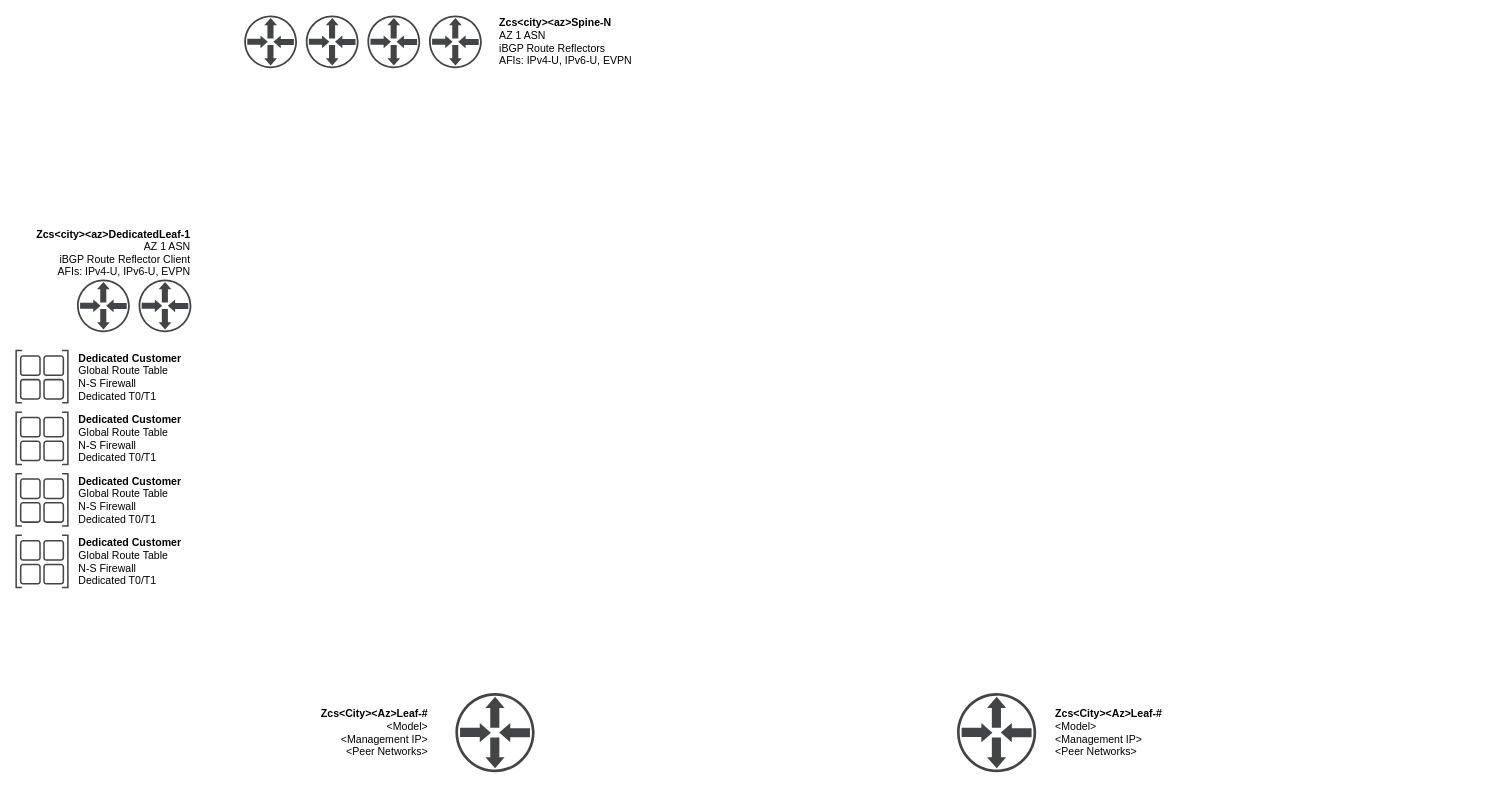
Earlier version of the draw.io diagram dwg/Site Routing.drawio (ngschmidt/nsx-ninja-design-v3). Source tidied: cells renumbered, new cells numbered last; positions are measured from the earlier drawing's top-left corner, leaving out a move shared by most shapes. Both pictures are drawn from the tidied source at 88%, with x=0, y=0 at pixel (15, 15).
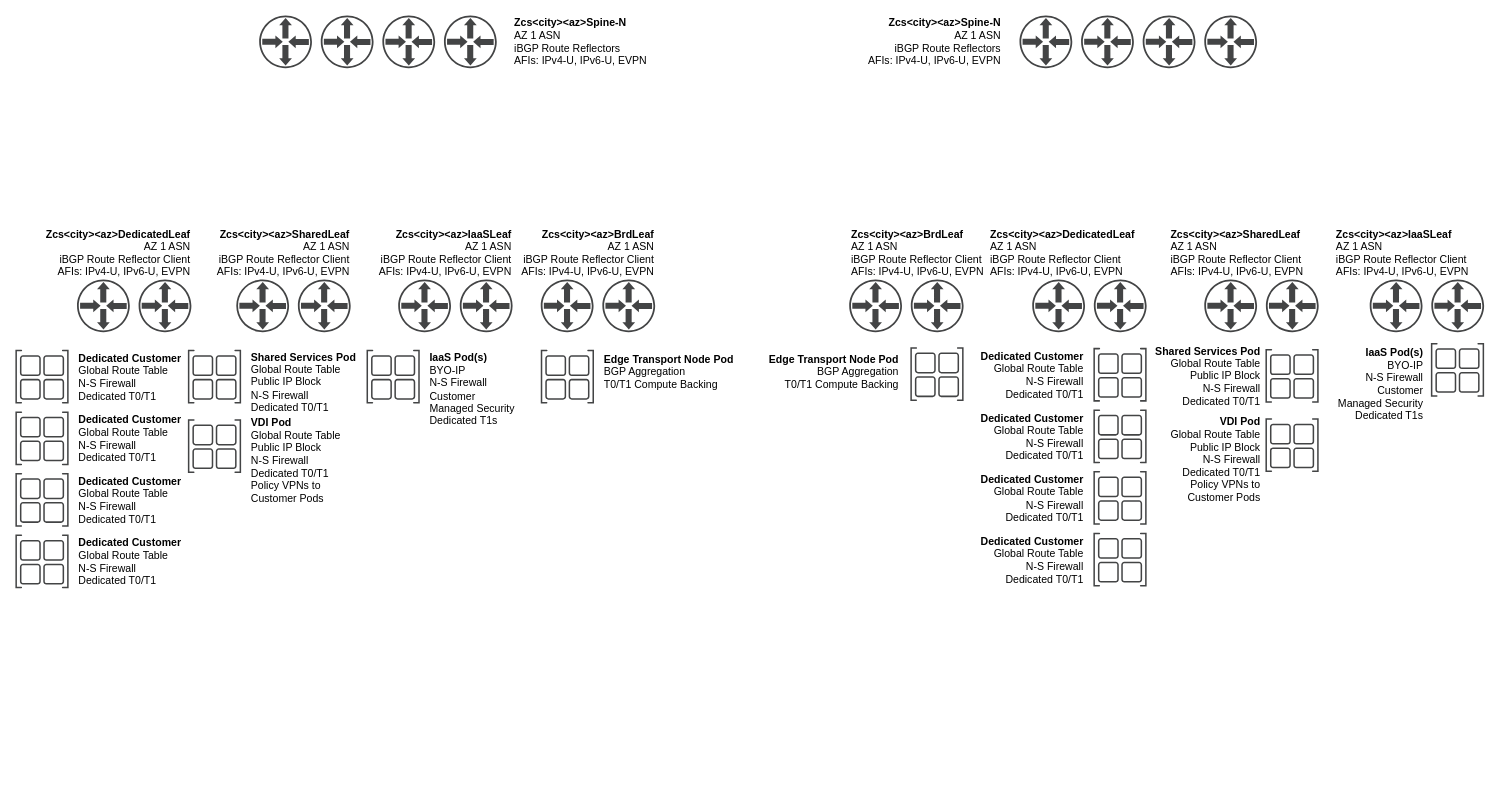
The same page after the edit.

Diff of the diagram source:
```diff
@@
-    <mxCell id="2" style="shadow=0;dashed=0;html=1;strokeColor=none;fillColor=#434445;labelPosition=center;verticalLabelPosition=bottom;verticalAlign=top;align=center;shape=mxgraph.vvd.physical_upstream_router;fontColor=#FFFFFF;" parent="1" vertex="1">
-      <mxGeometry x="500" y="770" width="90" height="90" as="geometry" />
-    </mxCell>
-    <mxCell id="3" style="shadow=0;dashed=0;html=1;strokeColor=none;fillColor=#434445;labelPosition=center;verticalLabelPosition=bottom;verticalAlign=top;align=center;shape=mxgraph.vvd.physical_upstream_router;fontColor=#FFFFFF;" parent="1" vertex="1">
-      <mxGeometry x="1070" y="770" width="90" height="90" as="geometry" />
-    </mxCell>
-    <mxCell id="4" value="&lt;font color=&quot;#000000&quot;&gt;&lt;b&gt;Zcs&amp;lt;City&amp;gt;&amp;lt;Az&amp;gt;Leaf-#&lt;/b&gt;&lt;br&gt;&amp;lt;Model&amp;gt;&lt;br&gt;&amp;lt;Management IP&amp;gt;&lt;br&gt;&amp;lt;Peer Networks&amp;gt;&lt;br&gt;&lt;/font&gt;" style="text;html=1;align=right;verticalAlign=middle;fontColor=#FFFFFF;" parent="1" vertex="1">
-      <mxGeometry x="330" y="785" width="140" height="60" as="geometry" />
-    </mxCell>
-    <mxCell id="5" value="&lt;font color=&quot;#000000&quot;&gt;&lt;b&gt;Zcs&amp;lt;City&amp;gt;&amp;lt;Az&amp;gt;Leaf-#&lt;/b&gt;&lt;br&gt;&amp;lt;Model&amp;gt;&lt;br&gt;&amp;lt;Management IP&amp;gt;&lt;br&gt;&amp;lt;Peer Networks&amp;gt;&lt;br&gt;&lt;/font&gt;" style="text;html=1;align=left;verticalAlign=middle;fontColor=#FFFFFF;" parent="1" vertex="1">
-      <mxGeometry x="1180" y="785" width="140" height="60" as="geometry" />
-    </mxCell>
     <mxCell id="6" style="shadow=0;dashed=0;html=1;strokeColor=none;fillColor=#434445;labelPosition=center;verticalLabelPosition=bottom;verticalAlign=top;align=center;shape=mxgraph.vvd.physical_upstream_router;" parent="1" vertex="1">
-      <mxGeometry x="260" width="60" height="60" as="geometry" />
+      <mxGeometry x="277" width="60" height="60" as="geometry" />
     </mxCell>
     <mxCell id="7" style="shadow=0;dashed=0;html=1;strokeColor=none;fillColor=#434445;labelPosition=center;verticalLabelPosition=bottom;verticalAlign=top;align=center;shape=mxgraph.vvd.physical_upstream_router;" parent="1" vertex="1">
-      <mxGeometry x="400" width="60" height="60" as="geometry" />
+      <mxGeometry x="417" width="60" height="60" as="geometry" />
     </mxCell>
     <mxCell id="8" style="shadow=0;dashed=0;html=1;strokeColor=none;fillColor=#434445;labelPosition=center;verticalLabelPosition=bottom;verticalAlign=top;align=center;shape=mxgraph.vvd.physical_upstream_router;" parent="1" vertex="1">
-      <mxGeometry x="330" width="60" height="60" as="geometry" />
+      <mxGeometry x="347" width="60" height="60" as="geometry" />
     </mxCell>
     <mxCell id="9" style="shadow=0;dashed=0;html=1;strokeColor=none;fillColor=#434445;labelPosition=center;verticalLabelPosition=bottom;verticalAlign=top;align=center;shape=mxgraph.vvd.physical_upstream_router;" parent="1" vertex="1">
-      <mxGeometry x="470" width="60" height="60" as="geometry" />
+      <mxGeometry x="487" width="60" height="60" as="geometry" />
     </mxCell>
     <mxCell id="10" value="&lt;div style=&quot;text-align: left&quot;&gt;&lt;b&gt;Zcs&amp;lt;city&amp;gt;&amp;lt;az&amp;gt;Spine-N&lt;/b&gt;&lt;/div&gt;&lt;div style=&quot;text-align: left&quot;&gt;&lt;span&gt;AZ 1 ASN&lt;/span&gt;&lt;/div&gt;&lt;div style=&quot;text-align: left&quot;&gt;&lt;span&gt;iBGP Route Reflectors&lt;/span&gt;&lt;/div&gt;&lt;div style=&quot;text-align: left&quot;&gt;&lt;span&gt;AFIs: IPv4-U, IPv6-U, EVPN&lt;/span&gt;&lt;/div&gt;" style="text;html=1;align=center;verticalAlign=middle;" parent="1" vertex="1">
-      <mxGeometry x="540" width="170" height="60" as="geometry" />
+      <mxGeometry x="557" width="170" height="60" as="geometry" />
     </mxCell>
@@
-    <mxCell id="13" value="&lt;b&gt;Zcs&amp;lt;city&amp;gt;&amp;lt;az&amp;gt;DedicatedLeaf-1&lt;/b&gt;&lt;br&gt;AZ 1 ASN&lt;br&gt;iBGP Route Reflector Client&lt;br&gt;AFIs: IPv4-U, IPv6-U, EVPN" style="text;html=1;align=right;verticalAlign=middle;" parent="1" vertex="1">
-      <mxGeometry x="10" y="240" width="190" height="60" as="geometry" />
+    <mxCell id="13" value="&lt;b&gt;Zcs&amp;lt;city&amp;gt;&amp;lt;az&amp;gt;DedicatedLeaf&lt;/b&gt;&lt;br&gt;AZ 1 ASN&lt;br&gt;iBGP Route Reflector Client&lt;br&gt;AFIs: IPv4-U, IPv6-U, EVPN" style="text;html=1;align=right;verticalAlign=middle;" parent="1" vertex="1">
+      <mxGeometry x="20" y="240" width="180" height="60" as="geometry" />
     </mxCell>
@@
+    <mxCell id="22" style="shadow=0;dashed=0;html=1;strokeColor=none;fillColor=#434445;labelPosition=center;verticalLabelPosition=bottom;verticalAlign=top;align=center;shape=mxgraph.vvd.physical_upstream_router;" parent="1" vertex="1">
+      <mxGeometry x="251" y="300" width="60" height="60" as="geometry" />
+    </mxCell>
+    <mxCell id="23" style="shadow=0;dashed=0;html=1;strokeColor=none;fillColor=#434445;labelPosition=center;verticalLabelPosition=bottom;verticalAlign=top;align=center;shape=mxgraph.vvd.physical_upstream_router;" parent="1" vertex="1">
+      <mxGeometry x="321" y="300" width="60" height="60" as="geometry" />
+    </mxCell>
+    <mxCell id="24" value="&lt;b&gt;Zcs&amp;lt;city&amp;gt;&amp;lt;az&amp;gt;SharedLeaf&lt;/b&gt;&lt;br&gt;AZ 1 ASN&lt;br&gt;iBGP Route Reflector Client&lt;br&gt;AFIs: IPv4-U, IPv6-U, EVPN" style="text;html=1;align=right;verticalAlign=middle;" parent="1" vertex="1">
+      <mxGeometry x="211" y="240" width="170" height="60" as="geometry" />
+    </mxCell>
+    <mxCell id="25" style="shadow=0;dashed=0;html=1;strokeColor=none;fillColor=#434445;labelPosition=center;verticalLabelPosition=bottom;verticalAlign=top;align=center;shape=mxgraph.vvd.site_container;" parent="1" vertex="1">
+      <mxGeometry x="196" y="380" width="60.5" height="61.1" as="geometry" />
+    </mxCell>
+    <mxCell id="26" value="Shared Services Pod&lt;br&gt;&lt;span style=&quot;font-weight: normal&quot;&gt;Global Route Table&lt;br&gt;Public IP Block&lt;br&gt;N-S Firewall&lt;br&gt;Dedicated T0/T1&lt;/span&gt;" style="text;html=1;align=left;verticalAlign=middle;fontStyle=1;" parent="1" vertex="1">
+      <mxGeometry x="266" y="377.1" width="130" height="80" as="geometry" />
+    </mxCell>
+    <mxCell id="27" style="shadow=0;dashed=0;html=1;strokeColor=none;fillColor=#434445;labelPosition=center;verticalLabelPosition=bottom;verticalAlign=top;align=center;shape=mxgraph.vvd.site_container;" parent="1" vertex="1">
+      <mxGeometry x="196" y="458.9" width="60.5" height="61.1" as="geometry" />
+    </mxCell>
+    <mxCell id="28" value="VDI Pod&lt;br&gt;&lt;span style=&quot;font-weight: normal&quot;&gt;Global Route Table&lt;br&gt;Public IP Block&lt;br&gt;N-S Firewall&lt;br&gt;Dedicated T0/T1&lt;br&gt;Policy VPNs to&lt;br&gt;Customer Pods&lt;br&gt;&lt;/span&gt;" style="text;html=1;align=left;verticalAlign=middle;fontStyle=1;" parent="1" vertex="1">
+      <mxGeometry x="266" y="456" width="120" height="100" as="geometry" />
+    </mxCell>
+    <mxCell id="29" style="shadow=0;dashed=0;html=1;strokeColor=none;fillColor=#434445;labelPosition=center;verticalLabelPosition=bottom;verticalAlign=top;align=center;shape=mxgraph.vvd.physical_upstream_router;" parent="1" vertex="1">
+      <mxGeometry x="435" y="300" width="60" height="60" as="geometry" />
+    </mxCell>
+    <mxCell id="30" style="shadow=0;dashed=0;html=1;strokeColor=none;fillColor=#434445;labelPosition=center;verticalLabelPosition=bottom;verticalAlign=top;align=center;shape=mxgraph.vvd.physical_upstream_router;" parent="1" vertex="1">
+      <mxGeometry x="505" y="300" width="60" height="60" as="geometry" />
+    </mxCell>
+    <mxCell id="31" value="&lt;b&gt;Zcs&amp;lt;city&amp;gt;&amp;lt;az&amp;gt;IaaSLeaf&lt;/b&gt;&lt;br&gt;AZ 1 ASN&lt;br&gt;iBGP Route Reflector Client&lt;br&gt;AFIs: IPv4-U, IPv6-U, EVPN" style="text;html=1;align=right;verticalAlign=middle;" parent="1" vertex="1">
+      <mxGeometry x="395" y="240" width="170" height="60" as="geometry" />
+    </mxCell>
+    <mxCell id="32" style="shadow=0;dashed=0;html=1;strokeColor=none;fillColor=#434445;labelPosition=center;verticalLabelPosition=bottom;verticalAlign=top;align=center;shape=mxgraph.vvd.site_container;" parent="1" vertex="1">
+      <mxGeometry x="399" y="380" width="60.5" height="61.1" as="geometry" />
+    </mxCell>
+    <mxCell id="33" value="IaaS Pod(s)&lt;br&gt;&lt;span style=&quot;font-weight: normal&quot;&gt;BYO-IP&lt;br&gt;N-S Firewall&lt;br&gt;Customer &lt;br&gt;Managed Security&lt;br&gt;Dedicated T1s&lt;/span&gt;" style="text;html=1;align=left;verticalAlign=middle;fontStyle=1;" parent="1" vertex="1">
+      <mxGeometry x="469" y="380.1" width="110" height="90" as="geometry" />
+    </mxCell>
+    <mxCell id="34" style="shadow=0;dashed=0;html=1;strokeColor=none;fillColor=#434445;labelPosition=center;verticalLabelPosition=bottom;verticalAlign=top;align=center;shape=mxgraph.vvd.physical_upstream_router;" parent="1" vertex="1">
+      <mxGeometry x="597" y="300" width="60" height="60" as="geometry" />
+    </mxCell>
+    <mxCell id="35" style="shadow=0;dashed=0;html=1;strokeColor=none;fillColor=#434445;labelPosition=center;verticalLabelPosition=bottom;verticalAlign=top;align=center;shape=mxgraph.vvd.physical_upstream_router;" parent="1" vertex="1">
+      <mxGeometry x="667" y="300" width="60" height="60" as="geometry" />
+    </mxCell>
+    <mxCell id="36" value="&lt;b&gt;Zcs&amp;lt;city&amp;gt;&amp;lt;az&amp;gt;BrdLeaf&lt;/b&gt;&lt;br&gt;AZ 1 ASN&lt;br&gt;iBGP Route Reflector Client&lt;br&gt;AFIs: IPv4-U, IPv6-U, EVPN" style="text;html=1;align=right;verticalAlign=middle;" parent="1" vertex="1">
+      <mxGeometry x="557" y="240" width="170" height="60" as="geometry" />
+    </mxCell>
+    <mxCell id="37" style="shadow=0;dashed=0;html=1;strokeColor=none;fillColor=#434445;labelPosition=center;verticalLabelPosition=bottom;verticalAlign=top;align=center;shape=mxgraph.vvd.site_container;" parent="1" vertex="1">
+      <mxGeometry x="597" y="380" width="60.5" height="61.1" as="geometry" />
+    </mxCell>
+    <mxCell id="38" value="Edge Transport Node Pod&lt;br&gt;&lt;span style=&quot;font-weight: normal&quot;&gt;BGP Aggregation&lt;/span&gt;&lt;br&gt;&lt;span style=&quot;font-weight: normal&quot;&gt;T0/T1 Compute Backing&lt;br&gt;&lt;/span&gt;" style="text;html=1;align=left;verticalAlign=middle;fontStyle=1;" parent="1" vertex="1">
+      <mxGeometry x="667" y="380" width="160" height="50" as="geometry" />
+    </mxCell>
+    <mxCell id="39" style="shadow=0;dashed=0;html=1;strokeColor=none;fillColor=#434445;labelPosition=center;verticalLabelPosition=bottom;verticalAlign=top;align=center;shape=mxgraph.vvd.physical_upstream_router;" parent="1" vertex="1">
+      <mxGeometry x="1141" width="60" height="60" as="geometry" />
+    </mxCell>
+    <mxCell id="40" style="shadow=0;dashed=0;html=1;strokeColor=none;fillColor=#434445;labelPosition=center;verticalLabelPosition=bottom;verticalAlign=top;align=center;shape=mxgraph.vvd.physical_upstream_router;" parent="1" vertex="1">
+      <mxGeometry x="1281" width="60" height="60" as="geometry" />
+    </mxCell>
+    <mxCell id="41" style="shadow=0;dashed=0;html=1;strokeColor=none;fillColor=#434445;labelPosition=center;verticalLabelPosition=bottom;verticalAlign=top;align=center;shape=mxgraph.vvd.physical_upstream_router;" parent="1" vertex="1">
+      <mxGeometry x="1211" width="60" height="60" as="geometry" />
+    </mxCell>
+    <mxCell id="42" style="shadow=0;dashed=0;html=1;strokeColor=none;fillColor=#434445;labelPosition=center;verticalLabelPosition=bottom;verticalAlign=top;align=center;shape=mxgraph.vvd.physical_upstream_router;" parent="1" vertex="1">
+      <mxGeometry x="1351" width="60" height="60" as="geometry" />
+    </mxCell>
+    <mxCell id="43" value="&lt;div style=&quot;&quot;&gt;&lt;b&gt;Zcs&amp;lt;city&amp;gt;&amp;lt;az&amp;gt;Spine-N&lt;/b&gt;&lt;/div&gt;&lt;div style=&quot;&quot;&gt;&lt;span&gt;AZ 1 ASN&lt;/span&gt;&lt;/div&gt;&lt;div style=&quot;&quot;&gt;&lt;span&gt;iBGP Route Reflectors&lt;/span&gt;&lt;/div&gt;&lt;div style=&quot;&quot;&gt;&lt;span&gt;AFIs: IPv4-U, IPv6-U, EVPN&lt;/span&gt;&lt;/div&gt;" style="text;html=1;align=right;verticalAlign=middle;" parent="1" vertex="1">
+      <mxGeometry x="951" width="170" height="60" as="geometry" />
+    </mxCell>
+    <mxCell id="44" style="shadow=0;dashed=0;html=1;strokeColor=none;fillColor=#434445;labelPosition=center;verticalLabelPosition=bottom;verticalAlign=top;align=left;shape=mxgraph.vvd.physical_upstream_router;" parent="1" vertex="1">
+      <mxGeometry x="1155.5" y="300" width="60" height="60" as="geometry" />
+    </mxCell>
+    <mxCell id="45" style="shadow=0;dashed=0;html=1;strokeColor=none;fillColor=#434445;labelPosition=center;verticalLabelPosition=bottom;verticalAlign=top;align=left;shape=mxgraph.vvd.physical_upstream_router;" parent="1" vertex="1">
+      <mxGeometry x="1225.5" y="300" width="60" height="60" as="geometry" />
+    </mxCell>
+    <mxCell id="46" value="&lt;b&gt;Zcs&amp;lt;city&amp;gt;&amp;lt;az&amp;gt;DedicatedLeaf&lt;/b&gt;&lt;br&gt;AZ 1 ASN&lt;br&gt;iBGP Route Reflector Client&lt;br&gt;AFIs: IPv4-U, IPv6-U, EVPN" style="text;html=1;align=left;verticalAlign=middle;" parent="1" vertex="1">
+      <mxGeometry x="1105.5" y="240" width="180" height="60" as="geometry" />
+    </mxCell>
+    <mxCell id="47" style="shadow=0;dashed=0;html=1;strokeColor=none;fillColor=#434445;labelPosition=center;verticalLabelPosition=bottom;verticalAlign=top;align=left;shape=mxgraph.vvd.site_container;" parent="1" vertex="1">
+      <mxGeometry x="1225" y="377.8" width="60.5" height="61.1" as="geometry" />
+    </mxCell>
+    <mxCell id="48" value="Dedicated Customer&lt;br&gt;&lt;span style=&quot;font-weight: normal&quot;&gt;Global Route Table&lt;br&gt;N-S Firewall&lt;br&gt;Dedicated T0/T1&lt;/span&gt;" style="text;html=1;align=right;verticalAlign=middle;fontStyle=1;" parent="1" vertex="1">
+      <mxGeometry x="1085" y="378.8" width="130" height="60" as="geometry" />
+    </mxCell>
+    <mxCell id="49" style="shadow=0;dashed=0;html=1;strokeColor=none;fillColor=#434445;labelPosition=center;verticalLabelPosition=bottom;verticalAlign=top;align=left;shape=mxgraph.vvd.site_container;" parent="1" vertex="1">
+      <mxGeometry x="1225" y="447.8" width="60.5" height="61.1" as="geometry" />
+    </mxCell>
+    <mxCell id="50" value="Dedicated Customer&lt;br&gt;&lt;span style=&quot;font-weight: normal&quot;&gt;Global Route Table&lt;br&gt;N-S Firewall&lt;br&gt;Dedicated T0/T1&lt;/span&gt;" style="text;html=1;align=right;verticalAlign=middle;fontStyle=1;" parent="1" vertex="1">
+      <mxGeometry x="1085" y="448.8" width="130" height="60" as="geometry" />
+    </mxCell>
+    <mxCell id="51" style="shadow=0;dashed=0;html=1;strokeColor=none;fillColor=#434445;labelPosition=center;verticalLabelPosition=bottom;verticalAlign=top;align=left;shape=mxgraph.vvd.site_container;" parent="1" vertex="1">
+      <mxGeometry x="1225" y="517.8" width="60.5" height="61.1" as="geometry" />
+    </mxCell>
+    <mxCell id="52" value="Dedicated Customer&lt;br&gt;&lt;span style=&quot;font-weight: normal&quot;&gt;Global Route Table&lt;br&gt;N-S Firewall&lt;br&gt;Dedicated T0/T1&lt;/span&gt;" style="text;html=1;align=right;verticalAlign=middle;fontStyle=1;" parent="1" vertex="1">
+      <mxGeometry x="1085" y="518.8" width="130" height="60" as="geometry" />
+    </mxCell>
+    <mxCell id="53" style="shadow=0;dashed=0;html=1;strokeColor=none;fillColor=#434445;labelPosition=center;verticalLabelPosition=bottom;verticalAlign=top;align=left;shape=mxgraph.vvd.site_container;" parent="1" vertex="1">
+      <mxGeometry x="1225" y="587.8" width="60.5" height="61.1" as="geometry" />
+    </mxCell>
+    <mxCell id="54" value="Dedicated Customer&lt;br&gt;&lt;span style=&quot;font-weight: normal&quot;&gt;Global Route Table&lt;br&gt;N-S Firewall&lt;br&gt;Dedicated T0/T1&lt;/span&gt;" style="text;html=1;align=right;verticalAlign=middle;fontStyle=1;" parent="1" vertex="1">
+      <mxGeometry x="1085" y="588.8" width="130" height="60" as="geometry" />
+    </mxCell>
+    <mxCell id="55" style="shadow=0;dashed=0;html=1;strokeColor=none;fillColor=#434445;labelPosition=center;verticalLabelPosition=bottom;verticalAlign=top;align=left;shape=mxgraph.vvd.physical_upstream_router;" parent="1" vertex="1">
+      <mxGeometry x="1351" y="300" width="60" height="60" as="geometry" />
+    </mxCell>
+    <mxCell id="56" style="shadow=0;dashed=0;html=1;strokeColor=none;fillColor=#434445;labelPosition=center;verticalLabelPosition=bottom;verticalAlign=top;align=left;shape=mxgraph.vvd.physical_upstream_router;" parent="1" vertex="1">
+      <mxGeometry x="1421" y="300" width="60" height="60" as="geometry" />
+    </mxCell>
+    <mxCell id="57" value="&lt;b&gt;Zcs&amp;lt;city&amp;gt;&amp;lt;az&amp;gt;SharedLeaf&lt;/b&gt;&lt;br&gt;AZ 1 ASN&lt;br&gt;iBGP Route Reflector Client&lt;br&gt;AFIs: IPv4-U, IPv6-U, EVPN" style="text;html=1;align=left;verticalAlign=middle;" parent="1" vertex="1">
+      <mxGeometry x="1311" y="240" width="170" height="60" as="geometry" />
+    </mxCell>
+    <mxCell id="58" style="shadow=0;dashed=0;html=1;strokeColor=none;fillColor=#434445;labelPosition=center;verticalLabelPosition=bottom;verticalAlign=top;align=right;shape=mxgraph.vvd.site_container;" parent="1" vertex="1">
+      <mxGeometry x="1420.5" y="379" width="60.5" height="61.1" as="geometry" />
+    </mxCell>
+    <mxCell id="59" value="Shared Services Pod&lt;br&gt;&lt;span style=&quot;font-weight: normal&quot;&gt;Global Route Table&lt;br&gt;Public IP Block&lt;br&gt;N-S Firewall&lt;br&gt;Dedicated T0/T1&lt;/span&gt;" style="text;html=1;align=right;verticalAlign=middle;fontStyle=1;" parent="1" vertex="1">
+      <mxGeometry x="1285.5" y="370" width="130" height="80" as="geometry" />
+    </mxCell>
+    <mxCell id="60" style="shadow=0;dashed=0;html=1;strokeColor=none;fillColor=#434445;labelPosition=center;verticalLabelPosition=bottom;verticalAlign=top;align=right;shape=mxgraph.vvd.site_container;" parent="1" vertex="1">
+      <mxGeometry x="1420.5" y="457.9" width="60.5" height="61.1" as="geometry" />
+    </mxCell>
+    <mxCell id="61" value="VDI Pod&lt;br&gt;&lt;span style=&quot;font-weight: normal&quot;&gt;Global Route Table&lt;br&gt;Public IP Block&lt;br&gt;N-S Firewall&lt;br&gt;Dedicated T0/T1&lt;br&gt;Policy VPNs to &lt;br&gt;Customer Pods&lt;br&gt;&lt;/span&gt;" style="text;html=1;align=right;verticalAlign=middle;fontStyle=1;" parent="1" vertex="1">
+      <mxGeometry x="1295.5" y="455" width="120" height="100" as="geometry" />
+    </mxCell>
+    <mxCell id="62" style="shadow=0;dashed=0;html=1;strokeColor=none;fillColor=#434445;labelPosition=center;verticalLabelPosition=bottom;verticalAlign=top;align=left;shape=mxgraph.vvd.physical_upstream_router;" parent="1" vertex="1">
+      <mxGeometry x="1539" y="300" width="60" height="60" as="geometry" />
+    </mxCell>
+    <mxCell id="63" style="shadow=0;dashed=0;html=1;strokeColor=none;fillColor=#434445;labelPosition=center;verticalLabelPosition=bottom;verticalAlign=top;align=left;shape=mxgraph.vvd.physical_upstream_router;" parent="1" vertex="1">
+      <mxGeometry x="1609" y="300" width="60" height="60" as="geometry" />
+    </mxCell>
+    <mxCell id="64" value="&lt;b&gt;Zcs&amp;lt;city&amp;gt;&amp;lt;az&amp;gt;IaaSLeaf&lt;/b&gt;&lt;br&gt;AZ 1 ASN&lt;br&gt;iBGP Route Reflector Client&lt;br&gt;AFIs: IPv4-U, IPv6-U, EVPN" style="text;html=1;align=left;verticalAlign=middle;" parent="1" vertex="1">
+      <mxGeometry x="1499" y="240" width="170" height="60" as="geometry" />
+    </mxCell>
+    <mxCell id="65" style="shadow=0;dashed=0;html=1;strokeColor=none;fillColor=#434445;labelPosition=center;verticalLabelPosition=bottom;verticalAlign=top;align=right;shape=mxgraph.vvd.site_container;" parent="1" vertex="1">
+      <mxGeometry x="1608.5" y="372.2" width="60.5" height="61.1" as="geometry" />
+    </mxCell>
+    <mxCell id="66" value="IaaS Pod(s)&lt;br&gt;&lt;span style=&quot;font-weight: normal&quot;&gt;BYO-IP&lt;br&gt;N-S Firewall&lt;br&gt;Customer &lt;br&gt;Managed Security&lt;br&gt;Dedicated T1s&lt;/span&gt;" style="text;html=1;align=right;verticalAlign=middle;fontStyle=1;" parent="1" vertex="1">
+      <mxGeometry x="1490.5" y="373.9" width="110" height="90" as="geometry" />
+    </mxCell>
+    <mxCell id="67" style="shadow=0;dashed=0;html=1;strokeColor=none;fillColor=#434445;labelPosition=center;verticalLabelPosition=bottom;verticalAlign=top;align=center;shape=mxgraph.vvd.physical_upstream_router;" parent="1" vertex="1">
+      <mxGeometry x="947.5" y="300" width="60" height="60" as="geometry" />
+    </mxCell>
+    <mxCell id="68" style="shadow=0;dashed=0;html=1;strokeColor=none;fillColor=#434445;labelPosition=center;verticalLabelPosition=bottom;verticalAlign=top;align=center;shape=mxgraph.vvd.physical_upstream_router;" parent="1" vertex="1">
+      <mxGeometry x="1017.5" y="300" width="60" height="60" as="geometry" />
+    </mxCell>
+    <mxCell id="69" value="&lt;b&gt;Zcs&amp;lt;city&amp;gt;&amp;lt;az&amp;gt;BrdLeaf&lt;/b&gt;&lt;br&gt;AZ 1 ASN&lt;br&gt;iBGP Route Reflector Client&lt;br&gt;AFIs: IPv4-U, IPv6-U, EVPN" style="text;html=1;align=left;verticalAlign=middle;" parent="1" vertex="1">
+      <mxGeometry x="947.5" y="240" width="170" height="60" as="geometry" />
+    </mxCell>
+    <mxCell id="70" style="shadow=0;dashed=0;html=1;strokeColor=none;fillColor=#434445;labelPosition=center;verticalLabelPosition=bottom;verticalAlign=top;align=center;shape=mxgraph.vvd.site_container;" parent="1" vertex="1">
+      <mxGeometry x="1017" y="377.1" width="60.5" height="61.1" as="geometry" />
+    </mxCell>
+    <mxCell id="71" value="Edge Transport Node Pod&lt;br&gt;&lt;span style=&quot;font-weight: normal&quot;&gt;BGP Aggregation&lt;/span&gt;&lt;br&gt;&lt;span style=&quot;font-weight: normal&quot;&gt;T0/T1 Compute Backing&lt;br&gt;&lt;/span&gt;" style="text;html=1;align=right;verticalAlign=middle;fontStyle=1;" parent="1" vertex="1">
+      <mxGeometry x="845" y="379.7" width="160" height="50" as="geometry" />
+    </mxCell>
```
